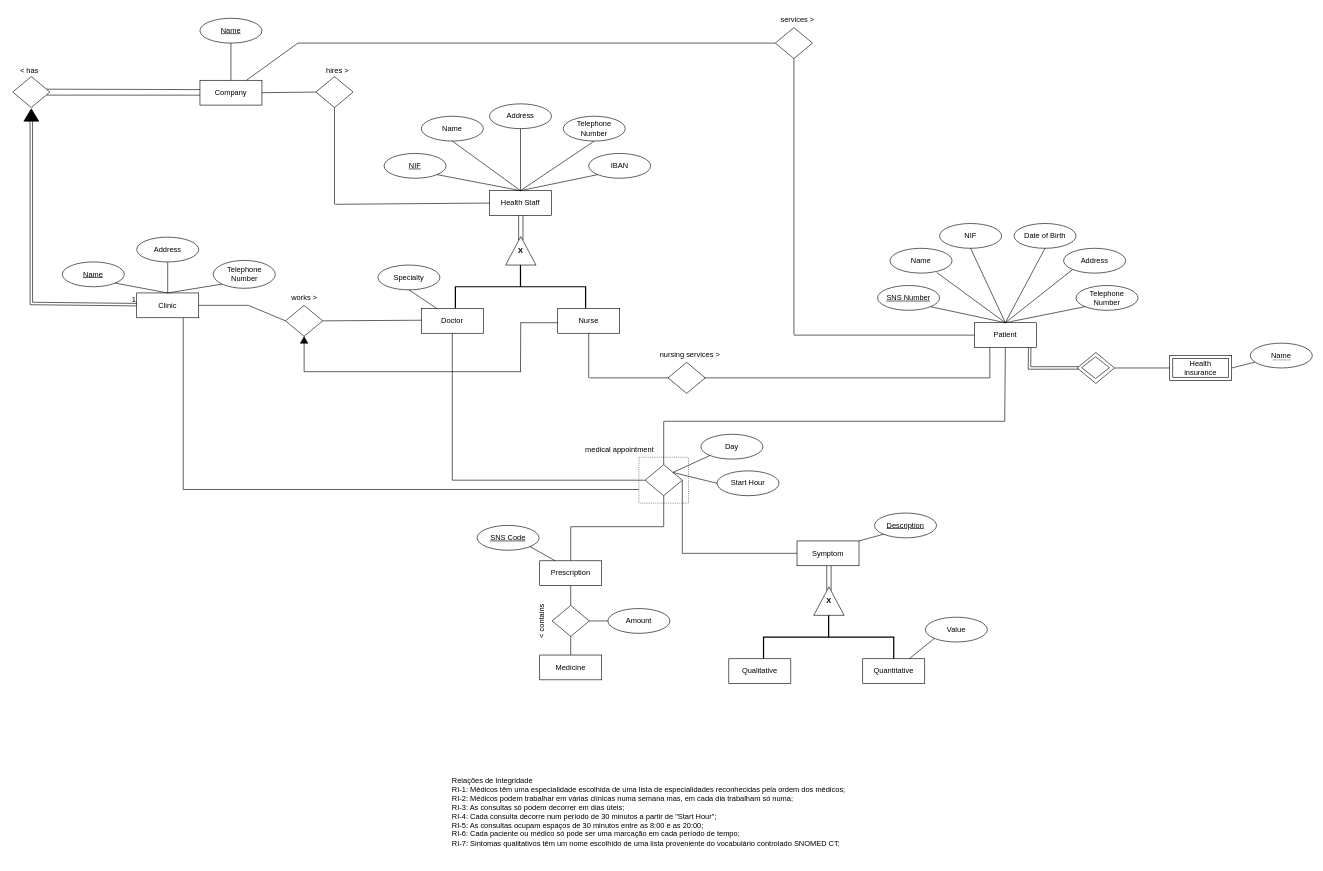
Before: Proj.drawio in mariana-marcal-santana/BD.Health-DB-Manager, a draw.io diagram. Source tidied: cells renumbered, new cells numbered last; positions are measured from the earlier drawing's top-left corner, leaving out a move shared by most shapes. Both pictures are drawn from the tidied source at 62%, with x=0, y=0 at pixel (11, 11).
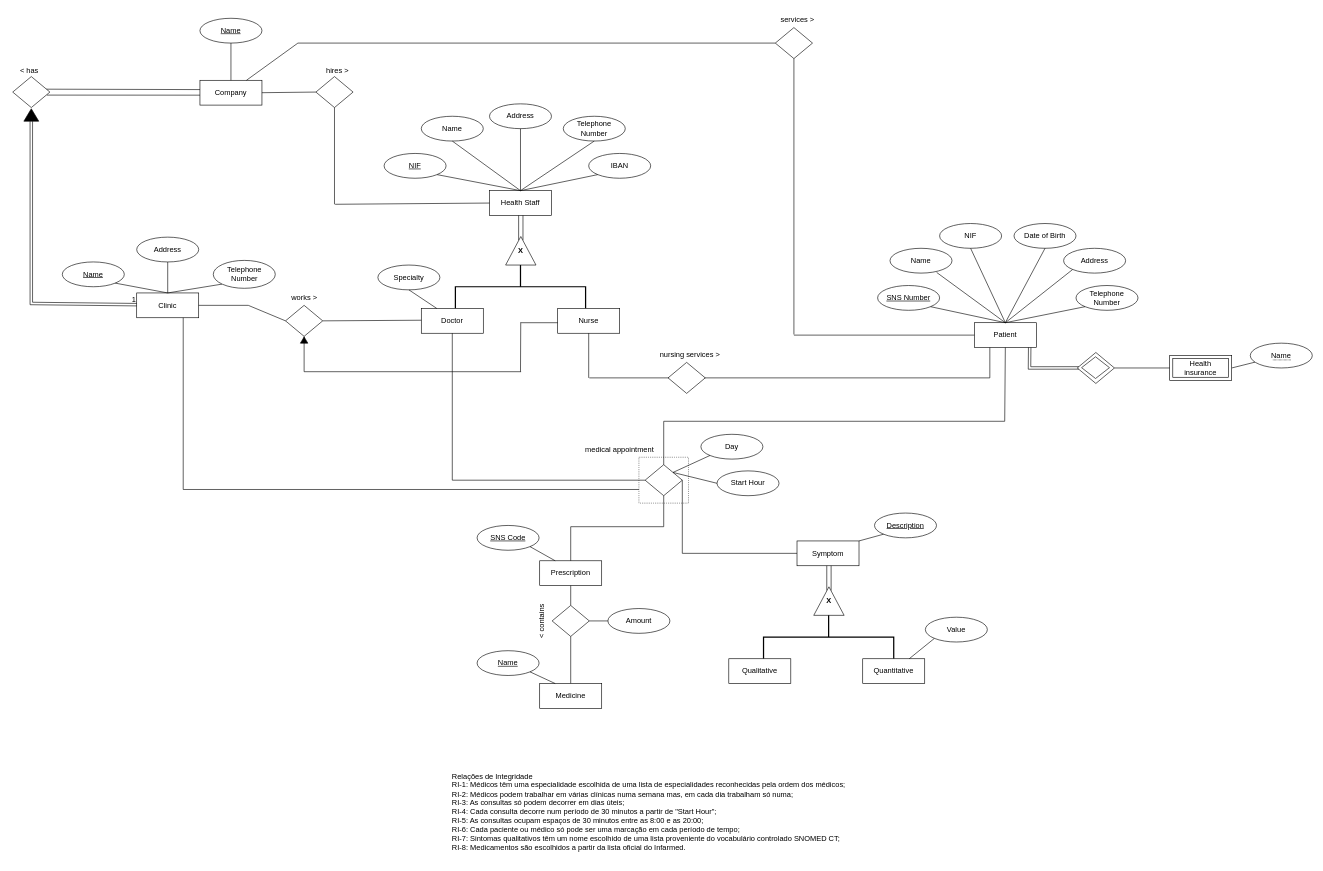
After the change.

The edit, as a diff of the source:
```diff
@@
     <mxCell id="89" value="Medicine" style="whiteSpace=wrap;html=1;align=center;" parent="1" vertex="1">
-      <mxGeometry x="853" y="1039" width="100" height="40" as="geometry" />
+      <mxGeometry x="853" y="1085" width="100" height="40" as="geometry" />
     </mxCell>
@@
-    <mxCell id="123" value="&lt;div style=&quot;text-align: left;&quot;&gt;&lt;br&gt;&lt;/div&gt;&lt;div style=&quot;text-align: left;&quot;&gt;&lt;span style=&quot;background-color: initial;&quot;&gt;Relações de Integridade&lt;/span&gt;&lt;/div&gt;&lt;div&gt;&lt;div style=&quot;text-align: left;&quot;&gt;&lt;span style=&quot;background-color: initial;&quot;&gt;RI-1: Médicos têm uma especialidade escolhida de uma lista de especialidades&amp;nbsp;&lt;/span&gt;&lt;span style=&quot;background-color: initial;&quot;&gt;reconhecidas pela ordem dos médicos;&lt;/span&gt;&lt;/div&gt;&lt;div style=&quot;text-align: left;&quot;&gt;&lt;span style=&quot;background-color: initial;&quot;&gt;RI-2: Médicos podem trabalhar em várias clínicas numa semana mas, em cada dia trabalham só numa;&lt;/span&gt;&lt;/div&gt;&lt;div style=&quot;text-align: left;&quot;&gt;&lt;span style=&quot;background-color: initial;&quot;&gt;RI-3: As consultas só podem decorrer em dias úteis;&lt;/span&gt;&lt;/div&gt;&lt;div&gt;&lt;div style=&quot;text-align: left;&quot;&gt;RI-4: Cada consulta decorre num período de 30 minutos a partir de &quot;Start Hour&quot;;&lt;/div&gt;&lt;div style=&quot;text-align: left;&quot;&gt;RI-5: As consultas ocupam espaços de 30 minutos entre as 8:00 e as 20:00;&lt;/div&gt;&lt;div style=&quot;text-align: left;&quot;&gt;RI-6: Cada paciente ou médico só pode ser uma marcação em cada período de tempo;&lt;/div&gt;&lt;div style=&quot;text-align: left;&quot;&gt;RI-7:&amp;nbsp;&lt;span style=&quot;background-color: initial;&quot;&gt;Sintomas&amp;nbsp;qualitativos têm um nome&amp;nbsp;&lt;/span&gt;&lt;span style=&quot;background-color: initial;&quot;&gt;escolhido de uma lista proveniente do vocabulário controlado SNOMED CT;&lt;/span&gt;&lt;/div&gt;&lt;/div&gt;&lt;/div&gt;&lt;div style=&quot;text-align: left;&quot;&gt;&lt;span style=&quot;background-color: initial;&quot;&gt;&lt;br&gt;&lt;/span&gt;&lt;/div&gt;" style="text;strokeColor=none;align=center;fillColor=none;html=1;verticalAlign=middle;whiteSpace=wrap;rounded=0;" parent="1" vertex="1">
+    <mxCell id="123" value="&lt;div style=&quot;text-align: left;&quot;&gt;&lt;br&gt;&lt;/div&gt;&lt;div style=&quot;text-align: left;&quot;&gt;&lt;span style=&quot;background-color: initial;&quot;&gt;Relações de Integridade&lt;/span&gt;&lt;/div&gt;&lt;div&gt;&lt;div style=&quot;text-align: left;&quot;&gt;&lt;span style=&quot;background-color: initial;&quot;&gt;RI-1: Médicos têm uma especialidade escolhida de uma lista de especialidades&amp;nbsp;&lt;/span&gt;&lt;span style=&quot;background-color: initial;&quot;&gt;reconhecidas pela ordem dos médicos;&lt;/span&gt;&lt;/div&gt;&lt;div style=&quot;text-align: left;&quot;&gt;&lt;span style=&quot;background-color: initial;&quot;&gt;RI-2: Médicos podem trabalhar em várias clínicas numa semana mas, em cada dia trabalham só numa;&lt;/span&gt;&lt;/div&gt;&lt;div style=&quot;text-align: left;&quot;&gt;&lt;span style=&quot;background-color: initial;&quot;&gt;RI-3: As consultas só podem decorrer em dias úteis;&lt;/span&gt;&lt;/div&gt;&lt;div&gt;&lt;div style=&quot;text-align: left;&quot;&gt;RI-4: Cada consulta decorre num período de 30 minutos a partir de &quot;Start Hour&quot;;&lt;/div&gt;&lt;div style=&quot;text-align: left;&quot;&gt;RI-5: As consultas ocupam espaços de 30 minutos entre as 8:00 e as 20:00;&lt;/div&gt;&lt;div style=&quot;text-align: left;&quot;&gt;RI-6: Cada paciente ou médico só pode ser uma marcação em cada período de tempo;&lt;/div&gt;&lt;div style=&quot;text-align: left;&quot;&gt;RI-7:&amp;nbsp;&lt;span style=&quot;background-color: initial;&quot;&gt;Sintomas&amp;nbsp;qualitativos têm um nome&amp;nbsp;&lt;/span&gt;&lt;span style=&quot;background-color: initial;&quot;&gt;escolhido de uma lista proveniente do vocabulário controlado SNOMED CT;&lt;/span&gt;&lt;/div&gt;&lt;/div&gt;&lt;/div&gt;&lt;div style=&quot;text-align: left;&quot;&gt;&lt;span style=&quot;background-color: initial;&quot;&gt;RI-8: M&lt;/span&gt;&lt;span style=&quot;background-color: initial; text-align: center;&quot;&gt;edicamentos são escolhidos a partir da lista oficial do Infarmed.&lt;/span&gt;&lt;/div&gt;&lt;div style=&quot;text-align: left;&quot;&gt;&lt;span style=&quot;background-color: initial;&quot;&gt;&lt;br&gt;&lt;/span&gt;&lt;/div&gt;" style="text;strokeColor=none;align=center;fillColor=none;html=1;verticalAlign=middle;whiteSpace=wrap;rounded=0;" parent="1" vertex="1">
       <mxGeometry x="684" y="1222" width="690" height="140" as="geometry" />
     </mxCell>
+    <mxCell id="124" value="Name" style="ellipse;whiteSpace=wrap;html=1;align=center;fontStyle=4;" parent="1" vertex="1">
+      <mxGeometry x="752" y="1032" width="100" height="40" as="geometry" />
+    </mxCell>
+    <mxCell id="125" style="endArrow=none;html=1;rounded=0;exitX=1;exitY=1;exitDx=0;exitDy=0;entryX=0.25;entryY=0;entryDx=0;entryDy=0;" parent="1" edge="1" source="124" target="89">
+      <mxGeometry relative="1" as="geometry" />
+    </mxCell>
```
